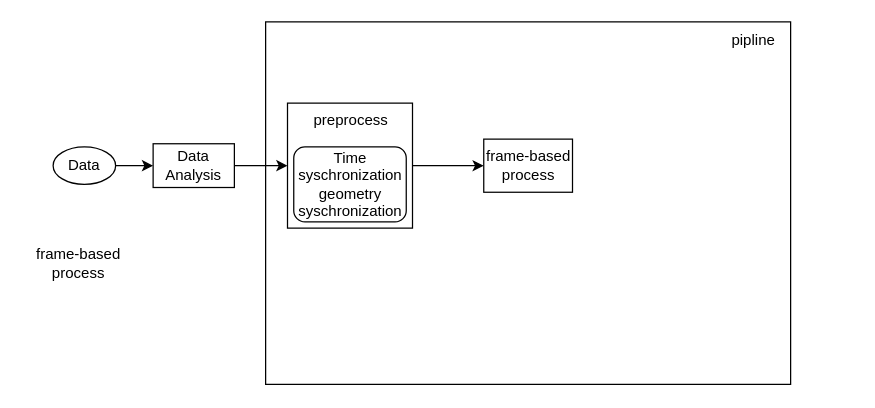
Earlier version of the draw.io diagram 未命名绘图.drawio (cowqer/some-boring-drow.io). Source tidied: cells renumbered, new cells numbered last; positions are measured from the earlier drawing's top-left corner, leaving out a move shared by most shapes. Both pictures are drawn from the tidied source at 125%, with x=0, y=0 at pixel (21, 21).
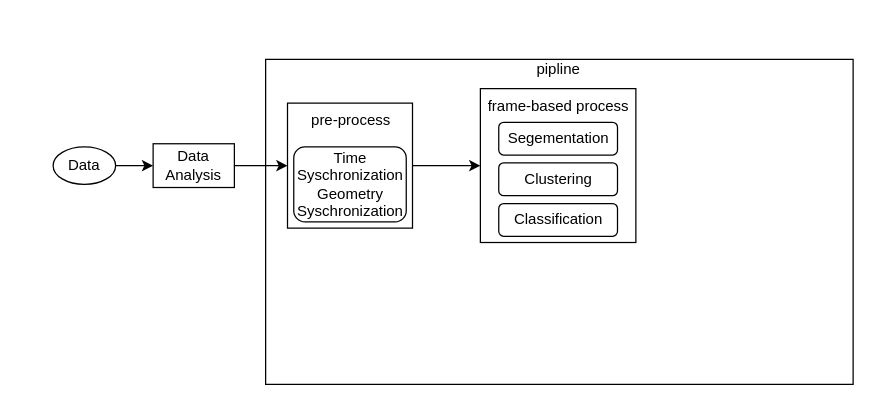
The same page after the edit.

Commit message (it also covers changes not shown here):
更新未命名绘图.drawio

What changed in the source:
```diff
@@
 <mxGraphModel>
   <root>
     <mxCell id="0" />
     <mxCell id="1" parent="0" />
     <mxCell id="2" style="edgeStyle=orthogonalEdgeStyle;rounded=0;jettySize=auto;html=1;" parent="1" edge="1" source="3" target="5">
       <mxGeometry relative="1" as="geometry" />
     </mxCell>
     <mxCell id="3" value="Data" style="ellipse;whiteSpace=wrap;html=1;" parent="1" vertex="1">
       <mxGeometry x="25" y="100" width="50" height="30" as="geometry" />
     </mxCell>
     <mxCell id="4" style="edgeStyle=orthogonalEdgeStyle;rounded=0;jettySize=auto;html=1;" parent="1" edge="1" source="5" target="8">
       <mxGeometry relative="1" as="geometry" />
     </mxCell>
     <mxCell id="5" value="Data Analysis" style="whiteSpace=wrap;html=1;" parent="1" vertex="1">
       <mxGeometry x="105" y="97.5" width="65" height="35" as="geometry" />
     </mxCell>
     <mxCell id="6" style="whiteSpace=wrap;html=1;fillColor=none;" parent="1" vertex="1">
-      <mxGeometry x="195" width="420" height="290" as="geometry" />
+      <mxGeometry x="195" y="30" width="470" height="260" as="geometry" />
     </mxCell>
     <mxCell id="7" style="edgeStyle=orthogonalEdgeStyle;rounded=0;jettySize=auto;html=1;" parent="1" edge="1" source="8" target="10">
       <mxGeometry relative="1" as="geometry" />
     </mxCell>
     <mxCell id="8" style="whiteSpace=wrap;html=1;" parent="1" vertex="1">
       <mxGeometry x="212.5" y="65" width="100" height="100" as="geometry" />
     </mxCell>
-    <mxCell id="9" value="Time syschronization&lt;br style=&quot;border-color: var(--border-color);&quot;&gt;geometry syschronization" style="rounded=1;whiteSpace=wrap;html=1;" parent="1" vertex="1">
+    <mxCell id="9" value="Time Syschronization&lt;br style=&quot;border-color: var(--border-color);&quot;&gt;Geometry Syschronization" style="rounded=1;whiteSpace=wrap;html=1;" parent="1" vertex="1">
       <mxGeometry x="217.5" y="100" width="90" height="60" as="geometry" />
     </mxCell>
-    <mxCell id="10" value="frame-based&lt;br&gt;process" style="whiteSpace=wrap;html=1;" parent="1" vertex="1">
-      <mxGeometry x="369.5" y="93.8" width="71" height="42.5" as="geometry" />
+    <mxCell id="10" style="whiteSpace=wrap;html=1;" parent="1" vertex="1">
+      <mxGeometry x="366.8" y="53.4" width="124.4" height="123.1" as="geometry" />
     </mxCell>
     <mxCell id="11" value="pipline" style="text;html=1;align=center;verticalAlign=middle;strokeColor=none;fillColor=none;" parent="1" vertex="1">
-      <mxGeometry x="555" width="60" height="30" as="geometry" />
+      <mxGeometry x="399" y="23.4" width="60" height="30" as="geometry" />
     </mxCell>
-    <mxCell id="12" value="preprocess" style="text;html=1;align=center;verticalAlign=middle;strokeColor=none;fillColor=none;" parent="1" vertex="1">
-      <mxGeometry x="222.5" y="63.8" width="80" height="30" as="geometry" />
+    <mxCell id="12" value="pre-process" style="text;html=1;align=center;verticalAlign=middle;strokeColor=none;fillColor=none;" parent="1" vertex="1">
+      <mxGeometry x="217.5" y="63.8" width="90" height="30" as="geometry" />
     </mxCell>
-    <mxCell id="13" value="frame-based&lt;br style=&quot;border-color: var(--border-color);&quot;&gt;&lt;span style=&quot;&quot;&gt;process&lt;/span&gt;" style="text;html=1;align=center;verticalAlign=middle;strokeColor=none;fillColor=none;" parent="1" vertex="1">
-      <mxGeometry y="173" width="90" height="40" as="geometry" />
+    <mxCell id="13" value="frame-based&amp;nbsp;&lt;span style=&quot;&quot;&gt;process&lt;/span&gt;" style="text;html=1;align=center;verticalAlign=middle;strokeColor=none;fillColor=none;" parent="1" vertex="1">
+      <mxGeometry x="359" y="53.4" width="140" height="30" as="geometry" />
     </mxCell>
+    <mxCell id="14" value="Segementation" style="rounded=1;whiteSpace=wrap;html=1;" parent="1" vertex="1">
+      <mxGeometry x="381.5" y="80.3" width="95" height="26.2" as="geometry" />
+    </mxCell>
+    <mxCell id="15" value="Clustering" style="rounded=1;whiteSpace=wrap;html=1;" parent="1" vertex="1">
+      <mxGeometry x="381.5" y="112.8" width="95" height="26.2" as="geometry" />
+    </mxCell>
+    <mxCell id="16" value="Classification" style="rounded=1;whiteSpace=wrap;html=1;" parent="1" vertex="1">
+      <mxGeometry x="381.5" y="145.3" width="95" height="26.2" as="geometry" />
+    </mxCell>
   </root>
 </mxGraphModel>
```
